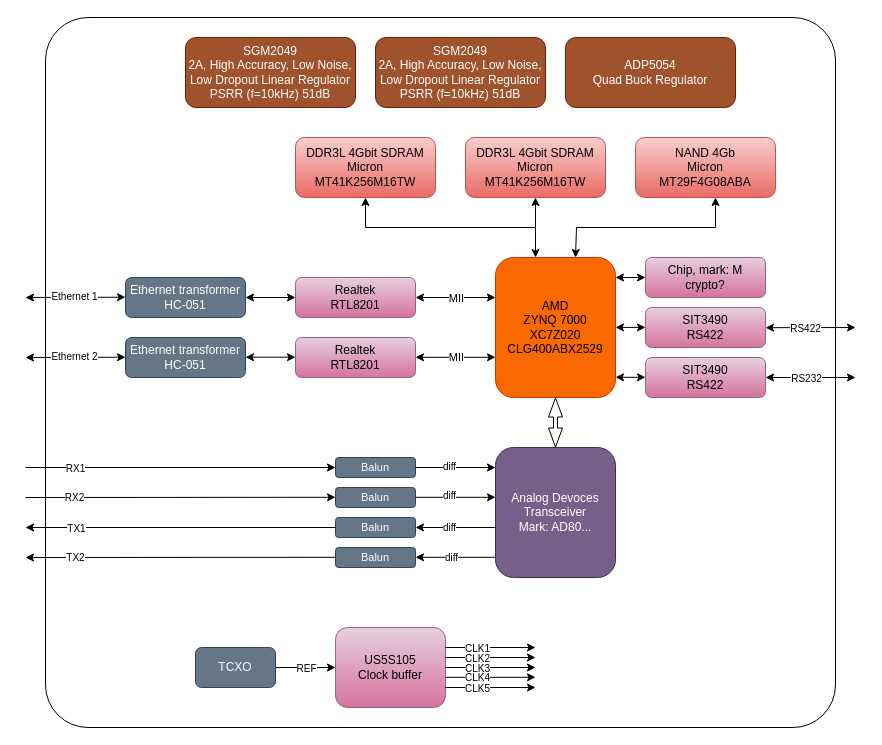
Above: modem.drawio in d-el/ChModemOverview (draw.io), before the change. Source tidied: cells renumbered, new cells numbered last; positions are measured from the earlier drawing's top-left corner, leaving out a move shared by most shapes. Both pictures are drawn from the tidied source at 100%, with x=0, y=0 at pixel (25, 17).
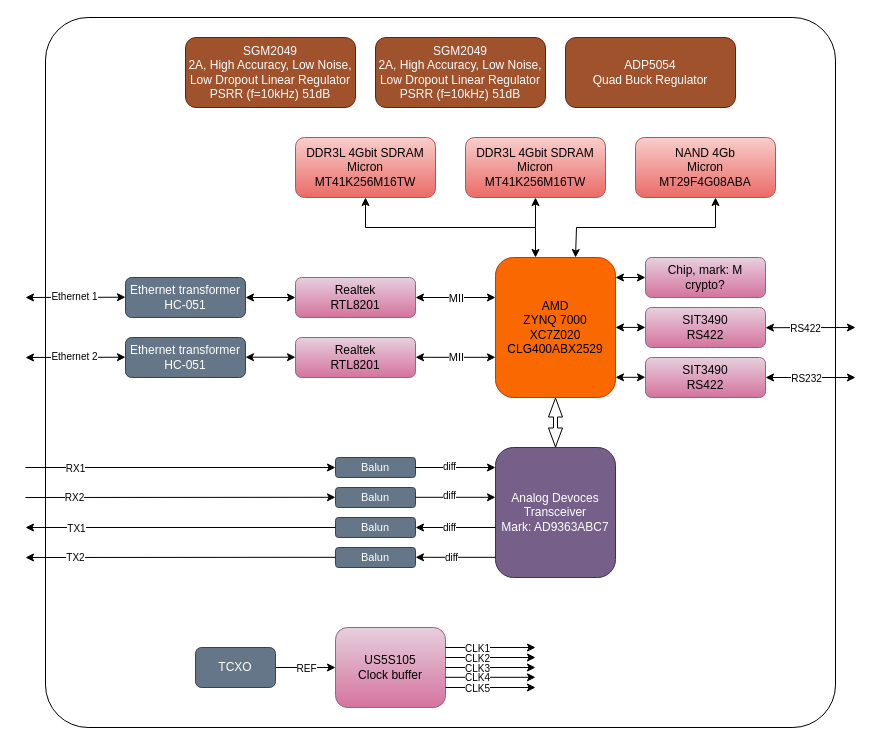
The same diagram, later.

Change to the diagram source:
```diff
@@
-    <mxCell id="27" value="Analog Devoces&lt;div&gt;Transceiver&lt;br&gt;Mark: AD80...&lt;/div&gt;" style="rounded=1;whiteSpace=wrap;html=1;fillColor=#76608a;fontColor=#ffffff;strokeColor=#432D57;" parent="1" vertex="1">
+    <mxCell id="27" value="Analog Devoces&lt;div&gt;Transceiver&lt;br&gt;Mark: AD9363ABC7&lt;/div&gt;" style="rounded=1;whiteSpace=wrap;html=1;fillColor=#76608a;fontColor=#ffffff;strokeColor=#432D57;" parent="1" vertex="1">
       <mxGeometry x="470" y="430" width="120" height="130" as="geometry" />
     </mxCell>
```
